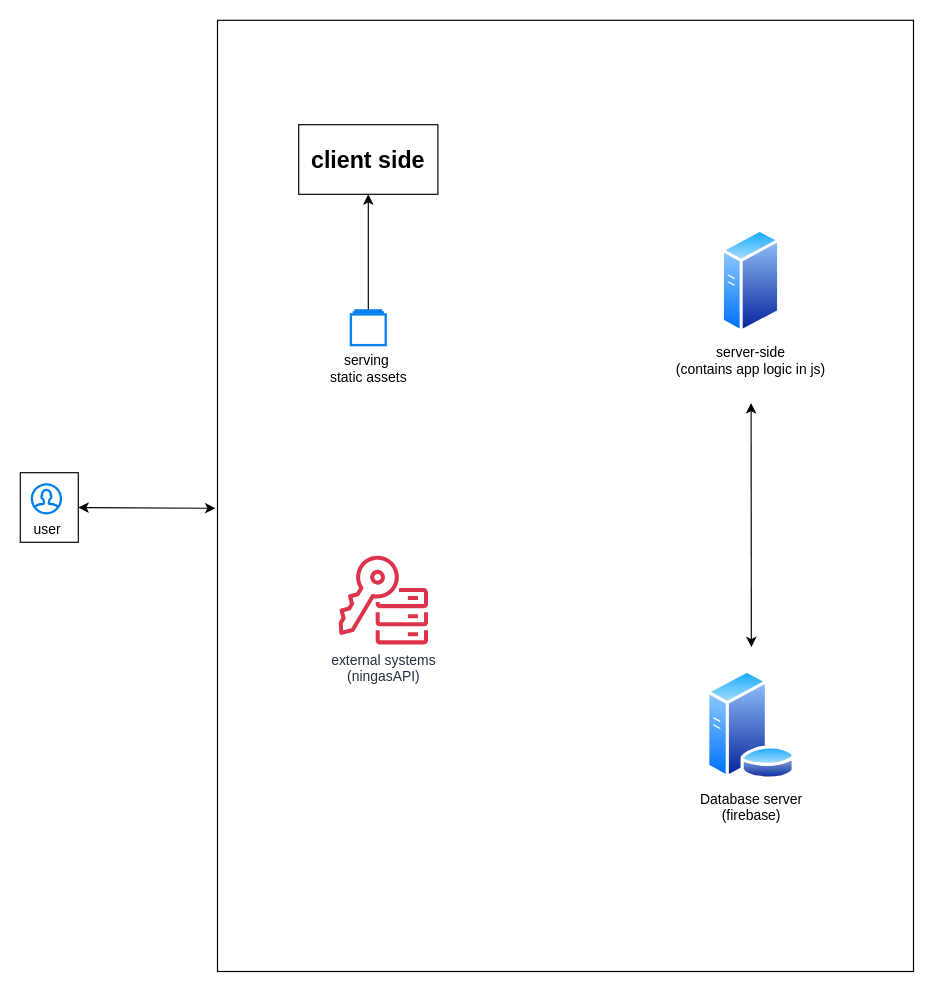
Ebrahim-Ramadan/myfitrainer-app keeps this draw.io diagram as public/db specs.drawio. Above is the earlier version. Source tidied: cells renumbered, new cells numbered last; positions are measured from the earlier drawing's top-left corner, leaving out a move shared by most shapes. Both pictures are drawn from the tidied source at 116%, with x=0, y=0 at pixel (20, 20).
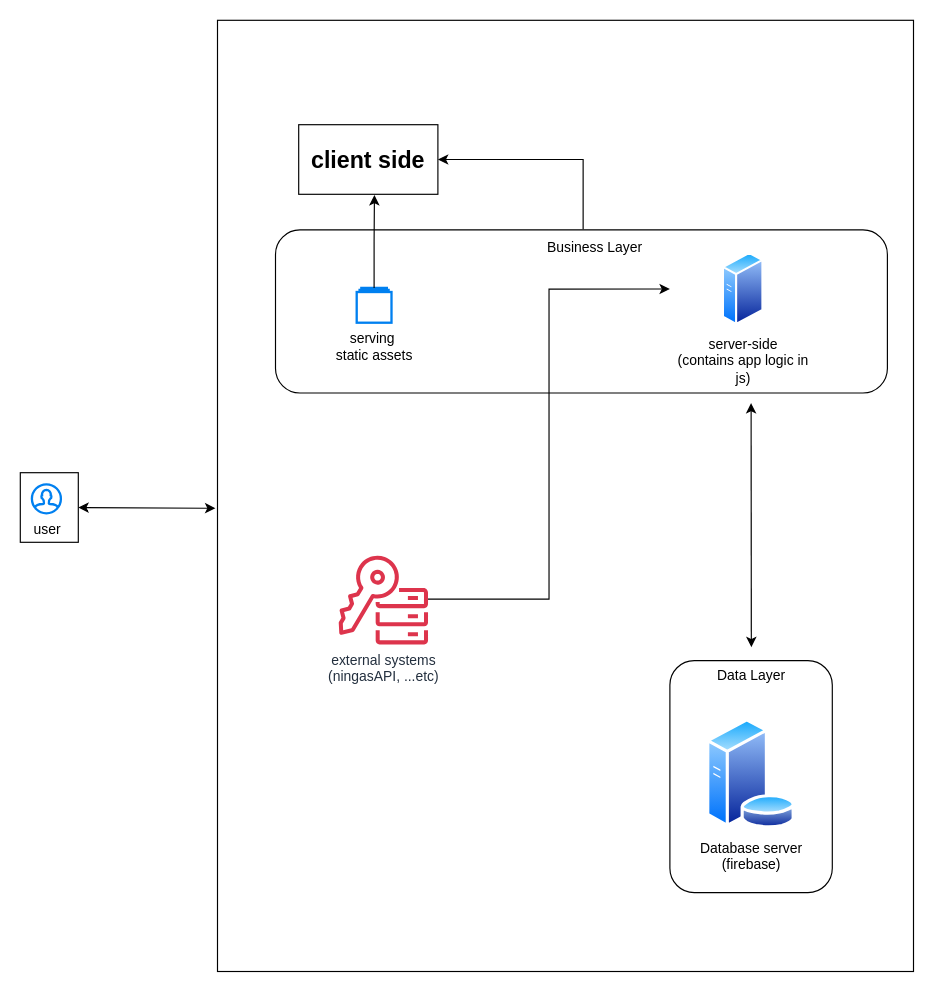
After the change.

Unchanged cells that the change refers to:
```xml
<mxCell id="7" value="&lt;font style=&quot;font-size: 20px;&quot;&gt;&lt;b&gt;client side&lt;/b&gt;&lt;/font&gt;" style="rounded=0;whiteSpace=wrap;html=1;" parent="1" vertex="1">
  <mxGeometry x="240" y="90" width="120" height="60" as="geometry" />
</mxCell>
```

The edit, as a diff of the source:
```diff
@@
-    <mxCell id="8" value="server-side&lt;br&gt;(contains app logic in js)" style="rounded=0;whiteSpace=wrap;html=1;shape=image;labelBackgroundColor=default;verticalAlign=top;verticalLabelPosition=bottom;perimeter=ellipsePerimeter;shadow=0;dashed=0;spacingTop=3;image=img/lib/active_directory/generic_server.svg;" parent="1" vertex="1">
-      <mxGeometry x="540" y="180" width="180" height="90" as="geometry" />
-    </mxCell>
-    <mxCell id="9" value="Database server &lt;br&gt;(firebase)" style="image;perimeter=ellipsePerimeter;html=1;align=center;shadow=0;dashed=0;spacingTop=3;image=img/lib/active_directory/database_server.svg;" parent="1" vertex="1">
-      <mxGeometry x="591" y="560" width="77.9" height="95" as="geometry" />
-    </mxCell>
@@
-    <mxCell id="11" value="external systems&lt;br&gt;(ningasAPI)" style="sketch=0;outlineConnect=0;fontColor=#232F3E;gradientColor=none;fillColor=#DD344C;strokeColor=none;dashed=0;verticalLabelPosition=bottom;verticalAlign=top;align=center;html=1;fontSize=12;fontStyle=0;shape=mxgraph.aws4.key_management_service_external_key_store;" parent="1" vertex="1">
+    <mxCell id="11" value="external systems&lt;br&gt;(ningasAPI, ...etc)" style="sketch=0;outlineConnect=0;fontColor=#232F3E;gradientColor=none;fillColor=#DD344C;strokeColor=none;dashed=0;verticalLabelPosition=bottom;verticalAlign=top;align=center;html=1;fontSize=12;fontStyle=0;shape=mxgraph.aws4.key_management_service_external_key_store;" parent="1" vertex="1">
       <mxGeometry x="274" y="460" width="78" height="78" as="geometry" />
     </mxCell>
+    <mxCell id="14" style="group;" parent="1" vertex="1">
+      <mxGeometry x="560" y="550" width="140" height="202" as="geometry" />
+    </mxCell>
+    <mxCell id="15" style="rounded=1;whiteSpace=wrap;html=1;" parent="14" vertex="1">
+      <mxGeometry y="2" width="140" height="200" as="geometry" />
+    </mxCell>
+    <mxCell id="9" value="Database server &lt;br&gt;(firebase)" style="image;perimeter=ellipsePerimeter;html=1;align=center;shadow=0;dashed=0;spacingTop=3;image=img/lib/active_directory/database_server.svg;" parent="14" vertex="1">
+      <mxGeometry x="31" y="52" width="77.9" height="95" as="geometry" />
+    </mxCell>
+    <mxCell id="16" value="Data Layer" style="text;html=1;align=center;verticalAlign=middle;strokeColor=none;fillColor=none;" parent="14" vertex="1">
+      <mxGeometry x="30" width="80" height="30" as="geometry" />
+    </mxCell>
+    <mxCell id="17" style="group;" parent="1" vertex="1">
+      <mxGeometry x="220" y="180" width="540" height="142" as="geometry" />
+    </mxCell>
+    <mxCell id="18" style="rounded=1;whiteSpace=wrap;html=1;" parent="17" vertex="1">
+      <mxGeometry y="0.7" width="527.5" height="140.6" as="geometry" />
+    </mxCell>
+    <mxCell id="13" value="serving&amp;nbsp;&lt;br&gt;static assets" style="html=1;verticalLabelPosition=bottom;align=center;labelBackgroundColor=#ffffff;verticalAlign=top;strokeWidth=2;strokeColor=#0080F0;shadow=0;dashed=0;shape=mxgraph.ios7.icons.folders;" parent="17" vertex="1">
+      <mxGeometry x="70" y="50.7" width="30" height="30" as="geometry" />
+    </mxCell>
+    <mxCell id="19" style="group;" parent="17" vertex="1">
+      <mxGeometry x="120" width="420" height="142" as="geometry" />
+    </mxCell>
+    <mxCell id="20" value="Business Layer" style="text;html=1;align=center;verticalAlign=middle;points=[];strokeColor=none;fillColor=none;" parent="19" vertex="1">
+      <mxGeometry x="100" y="0.7" width="110" height="30" as="geometry" />
+    </mxCell>
+    <mxCell id="8" value="server-side&lt;br&gt;(contains app logic in js)" style="rounded=0;whiteSpace=wrap;html=1;shape=image;labelBackgroundColor=default;verticalAlign=top;verticalLabelPosition=bottom;perimeter=ellipsePerimeter;shadow=0;dashed=0;spacingTop=3;image=img/lib/active_directory/generic_server.svg;" parent="17" vertex="1">
+      <mxGeometry x="340" y="20" width="126.5" height="63.3" as="geometry" />
+    </mxCell>
+    <mxCell id="21" style="edgeStyle=orthogonalEdgeStyle;rounded=0;jettySize=auto;html=1;entryX=0;entryY=0.5;entryDx=0;entryDy=0;" parent="1" edge="1" source="11" target="8">
+      <mxGeometry relative="1" as="geometry" />
+    </mxCell>
+    <mxCell id="22" style="edgeStyle=orthogonalEdgeStyle;rounded=0;jettySize=auto;html=1;entryX=1;entryY=0.5;entryDx=0;entryDy=0;exitX=0.411;exitY=-0.02;exitDx=0;exitDy=0;exitPerimeter=0;" parent="1" edge="1" source="20" target="7">
+      <mxGeometry relative="1" as="geometry" />
+    </mxCell>
-    <mxCell id="12" style="edgeStyle=orthogonalEdgeStyle;rounded=0;jettySize=auto;html=1;entryX=0.5;entryY=1;entryDx=0;entryDy=0;" parent="1" edge="1" source="13" target="7">
+    <mxCell id="12" style="edgeStyle=orthogonalEdgeStyle;rounded=0;jettySize=auto;html=1;entryX=0.544;entryY=1.011;entryDx=0;entryDy=0;entryPerimeter=0;" parent="1" edge="1" source="13" target="7">
       <mxGeometry relative="1" as="geometry" />
     </mxCell>
-    <mxCell id="13" value="serving&amp;nbsp;&lt;br&gt;static assets" style="html=1;verticalLabelPosition=bottom;align=center;labelBackgroundColor=#ffffff;verticalAlign=top;strokeWidth=2;strokeColor=#0080F0;shadow=0;dashed=0;shape=mxgraph.ios7.icons.folders;" parent="1" vertex="1">
-      <mxGeometry x="285" y="250" width="30" height="30" as="geometry" />
-    </mxCell>
```
